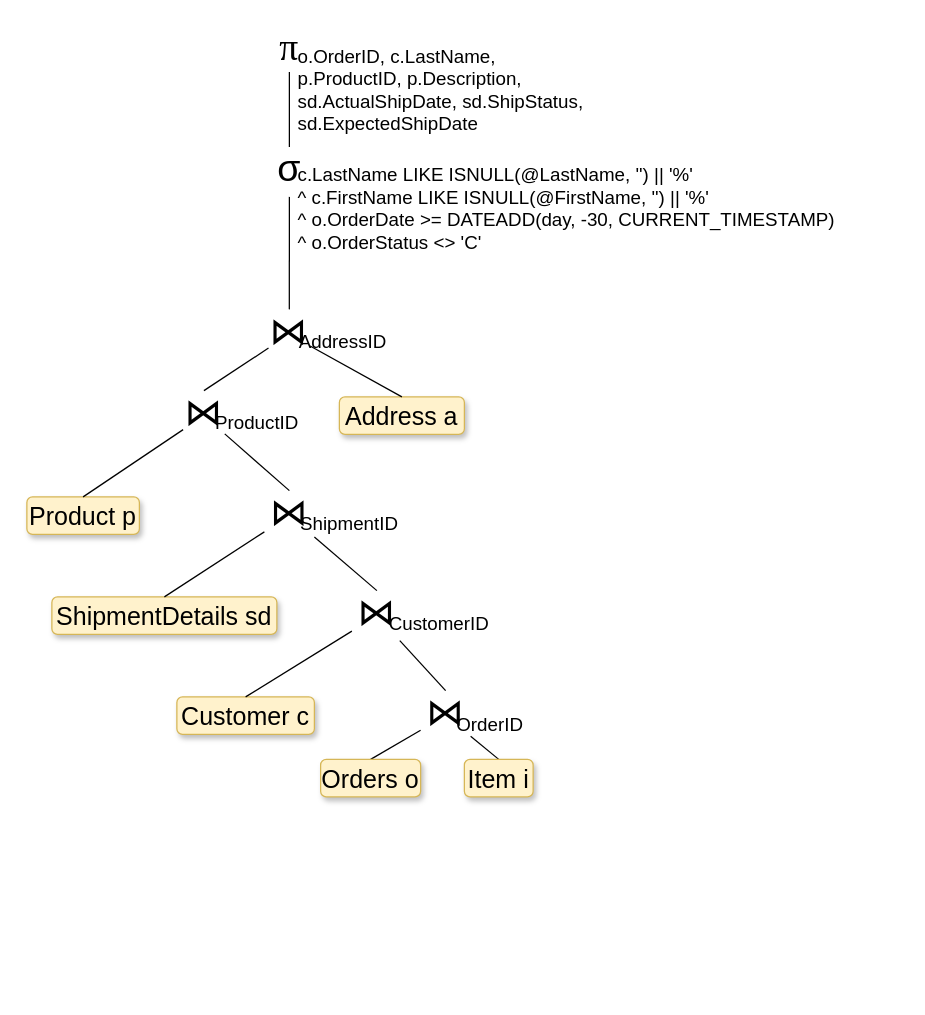
Above: page "TH 2: tuning" (4 of 4) of SQLTurning.drawio in nguyenhuy158/diagrams (draw.io), before the change. Source tidied: cells renumbered, new cells numbered last; positions are measured from the earlier drawing's top-left corner, leaving out a move shared by most shapes. Both pictures are drawn from the tidied source at 125%, with x=0, y=0 at pixel (26, 21).
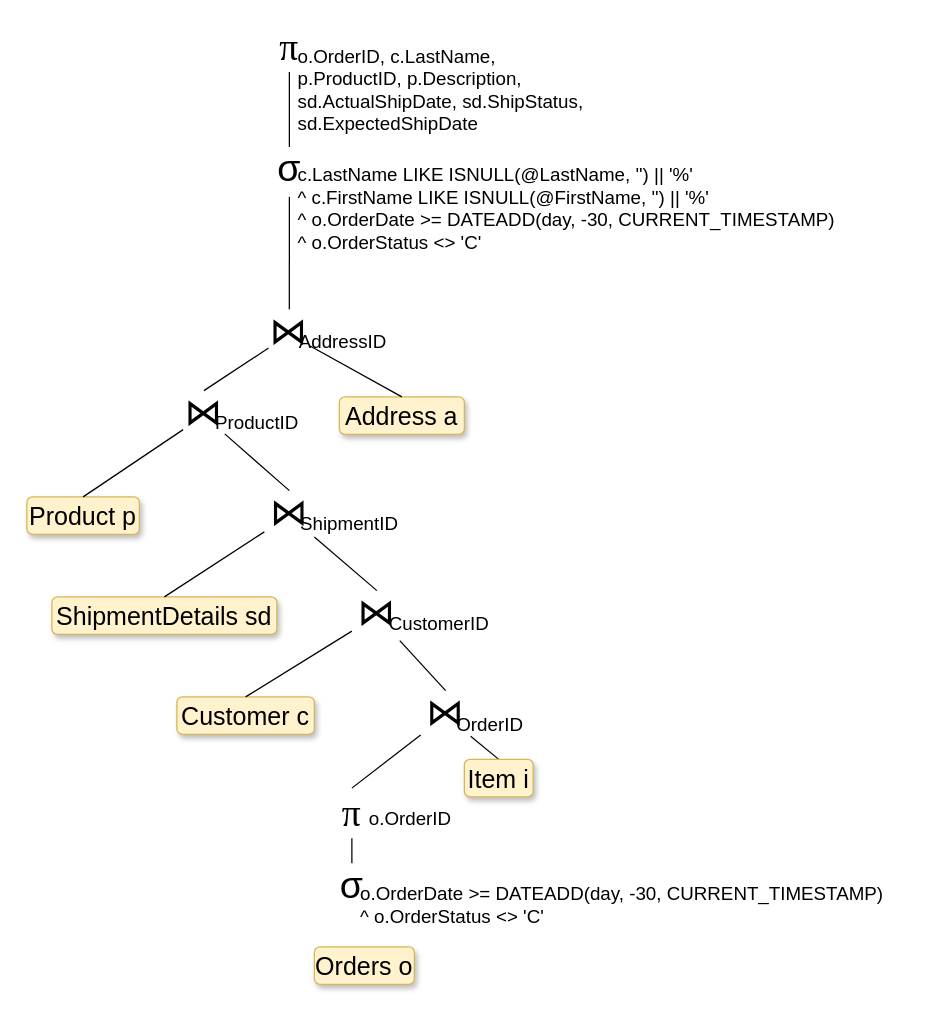
The same diagram, later.

Commit message:
Cập nhật SQLTurning.drawio

Unchanged cells that the change refers to:
```xml
<mxCell id="14" value="⋈&lt;sub&gt;&lt;br&gt;&lt;/sub&gt;" style="text;html=1;strokeColor=none;fillColor=none;align=center;verticalAlign=middle;whiteSpace=wrap;rounded=0;fontSize=30;" parent="13" vertex="1">
  <mxGeometry width="40" height="40" as="geometry" />
</mxCell>
```

Diff of the diagram source:
```diff
@@
-    <mxCell id="3" style="edgeStyle=none;rounded=0;jettySize=auto;html=1;entryX=0.5;entryY=0;entryDx=0;entryDy=0;fontSize=30;endArrow=none;endFill=0;" parent="1" edge="1" source="14" target="5">
-      <mxGeometry relative="1" as="geometry" />
-    </mxCell>
@@
     <mxCell id="5" value="&lt;div style=&quot;font-size: 20px;&quot;&gt;Orders o&lt;br style=&quot;font-size: 20px;&quot;&gt;&lt;/div&gt;" style="text;html=1;strokeColor=#d6b656;fillColor=#fff2cc;align=center;verticalAlign=middle;whiteSpace=wrap;rounded=1;fontSize=20;shadow=1;sketch=0;glass=0;" parent="1" vertex="1">
-      <mxGeometry x="235" y="590" width="80" height="30" as="geometry" />
+      <mxGeometry x="230" y="740" width="80" height="30" as="geometry" />
     </mxCell>
@@
+    <mxCell id="42" style="edgeStyle=none;rounded=0;sketch=0;jettySize=auto;html=1;entryX=0.5;entryY=0;entryDx=0;entryDy=0;shadow=0;fontSize=20;endArrow=none;endFill=0;" parent="1" edge="1" source="14" target="44">
+      <mxGeometry relative="1" as="geometry" />
+    </mxCell>
+    <mxCell id="43" style="edgeStyle=none;rounded=0;sketch=0;jettySize=auto;html=1;entryX=0.5;entryY=0;entryDx=0;entryDy=0;shadow=0;fontSize=20;endArrow=none;endFill=0;" parent="1" edge="1" source="44" target="46">
+      <mxGeometry relative="1" as="geometry" />
+    </mxCell>
+    <mxCell id="44" value="&lt;span id=&quot;docs-internal-guid-24cfe74f-7fff-80c8-4b2b-47ca78d1e50c&quot; style=&quot;font-size: 30px;&quot;&gt;&lt;span style=&quot;font-size: 30px; font-family: &amp;quot;Times New Roman&amp;quot;; background-color: transparent; font-variant-numeric: normal; font-variant-east-asian: normal;&quot;&gt;π&lt;/span&gt;&lt;/span&gt;" style="text;html=1;strokeColor=none;fillColor=none;align=center;verticalAlign=middle;whiteSpace=wrap;rounded=0;fontSize=30;imageWidth=40;imageHeight=40;" parent="1" vertex="1">
+      <mxGeometry x="240" y="613" width="40" height="40" as="geometry" />
+    </mxCell>
+    <mxCell id="45" value="&lt;div style=&quot;font-size: 15px;&quot;&gt;&lt;span style=&quot;font-size: 15px;&quot;&gt;o.OrderID&lt;/span&gt;&lt;/div&gt;" style="text;html=1;strokeColor=none;fillColor=none;align=left;verticalAlign=middle;whiteSpace=wrap;rounded=0;fontSize=15;" parent="1" vertex="1">
+      <mxGeometry x="272" y="622" width="84" height="30" as="geometry" />
+    </mxCell>
+    <mxCell id="46" value="σ&lt;sub&gt;&lt;br&gt;&lt;/sub&gt;" style="text;html=1;strokeColor=none;fillColor=none;align=center;verticalAlign=middle;whiteSpace=wrap;rounded=0;fontSize=30;" parent="1" vertex="1">
+      <mxGeometry x="240" y="673" width="40" height="40" as="geometry" />
+    </mxCell>
+    <mxCell id="47" value="&lt;div style=&quot;font-size: 15px;&quot;&gt;o.OrderDate &amp;gt;= DATEADD(day, -30, CURRENT_TIMESTAMP)&lt;/div&gt;&lt;div style=&quot;font-size: 15px;&quot;&gt;^ o.OrderStatus &amp;lt;&amp;gt; 'C'&lt;/div&gt;" style="text;html=1;strokeColor=none;fillColor=none;align=left;verticalAlign=middle;whiteSpace=wrap;rounded=0;fontSize=15;" parent="1" vertex="1">
+      <mxGeometry x="265" y="682" width="436" height="48" as="geometry" />
+    </mxCell>
```
